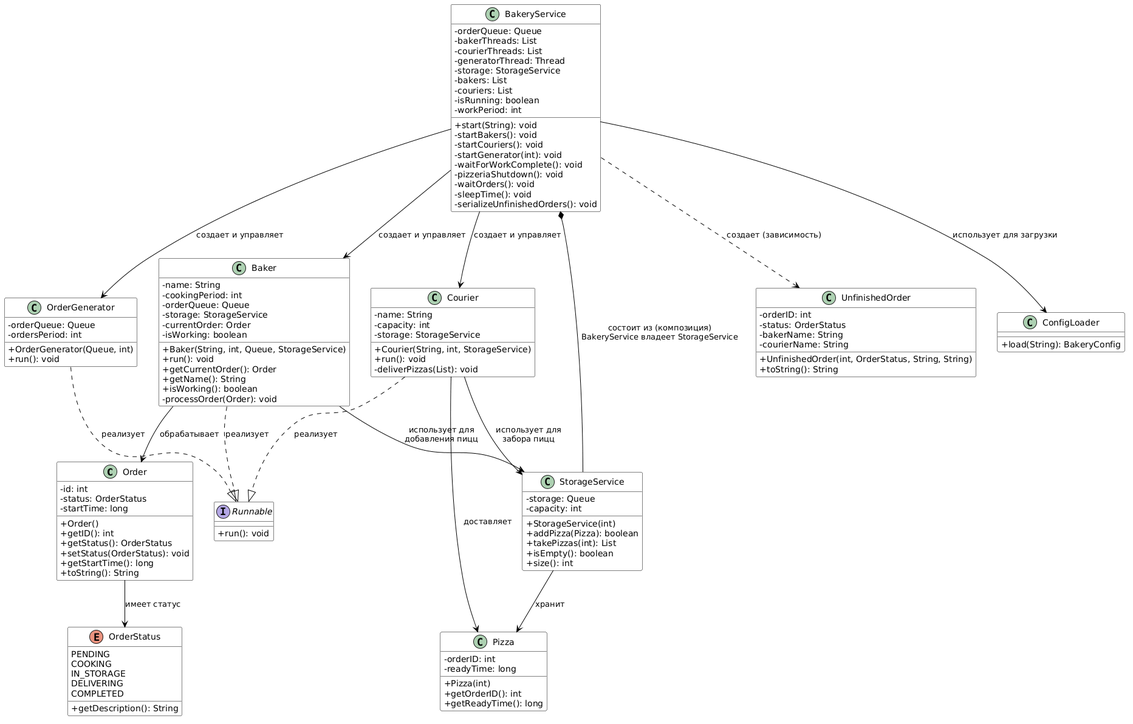
The PlantUML diagram Task_2_2_1/diag.png in alwenwhy/OOP, before a commit. The source it was exported from:
```plantuml
@startuml
skinparam classAttributeIconSize 0
skinparam class {
    BackgroundColor white
    BorderColor black
    ArrowColor black
}
skinparam interface {
    BackgroundColor white
    BorderColor black
}
skinparam enum {
    BackgroundColor white
    BorderColor black
}

class Order {
- id: int
- status: OrderStatus
- startTime: long
+ Order()
+ getID(): int
+ getStatus(): OrderStatus
+ setStatus(OrderStatus): void
+ getStartTime(): long
+ toString(): String
}

enum OrderStatus {
PENDING
COOKING
IN_STORAGE
DELIVERING
COMPLETED
+ getDescription(): String
}

class Pizza {
- orderID: int
- readyTime: long
+ Pizza(int)
+ getOrderID(): int
+ getReadyTime(): long
}

class UnfinishedOrder {
- orderID: int
- status: OrderStatus
- bakerName: String
- courierName: String
+ UnfinishedOrder(int, OrderStatus, String, String)
+ toString(): String
}

class BakeryService {
- orderQueue: Queue
- bakerThreads: List
- courierThreads: List
- generatorThread: Thread
- storage: StorageService
- bakers: List
- couriers: List
- isRunning: boolean
- workPeriod: int
+ start(String): void
- startBakers(): void
- startCouriers(): void
- startGenerator(int): void
- waitForWorkComplete(): void
- pizzeriaShutdown(): void
- waitOrders(): void
- sleepTime(): void
- serializeUnfinishedOrders(): void
}

class StorageService {
- storage: Queue
- capacity: int
+ StorageService(int)
+ addPizza(Pizza): boolean
+ takePizzas(int): List
+ isEmpty(): boolean
+ size(): int
}

class ConfigLoader {
+ load(String): BakeryConfig
}

class Baker {
- name: String
- cookingPeriod: int
- orderQueue: Queue
- storage: StorageService
- currentOrder: Order
- isWorking: boolean
+ Baker(String, int, Queue, StorageService)
+ run(): void
+ getCurrentOrder(): Order
+ getName(): String
+ isWorking(): boolean
- processOrder(Order): void
}

class Courier {
- name: String
- capacity: int
- storage: StorageService
+ Courier(String, int, StorageService)
+ run(): void
- deliverPizzas(List): void
}

class OrderGenerator {
- orderQueue: Queue
- ordersPeriod: int
+ OrderGenerator(Queue, int)
+ run(): void
}

interface Runnable {
+ run(): void
}


BakeryService *-- StorageService : "состоит из (композиция)\nBakeryService владеет StorageService"

BakeryService --> Baker : "создает и управляет"

BakeryService --> Courier : "создает и управляет"

BakeryService --> OrderGenerator : "создает и управляет"

BakeryService --> ConfigLoader : "использует для загрузки"

BakeryService ..> UnfinishedOrder : "создает (зависимость)"

Baker ..|> Runnable : "реализует"

Courier ..|> Runnable : "реализует"

OrderGenerator ..|> Runnable : "реализует"

Baker --> StorageService : "использует для\nдобавления пицц"

Baker --> Order : "обрабатывает"

Courier --> StorageService : "использует для\nзабора пицц"

Courier --> Pizza : "доставляет"

StorageService --> Pizza : "хранит"

Order --> OrderStatus : "имеет статус"
@enduml
```
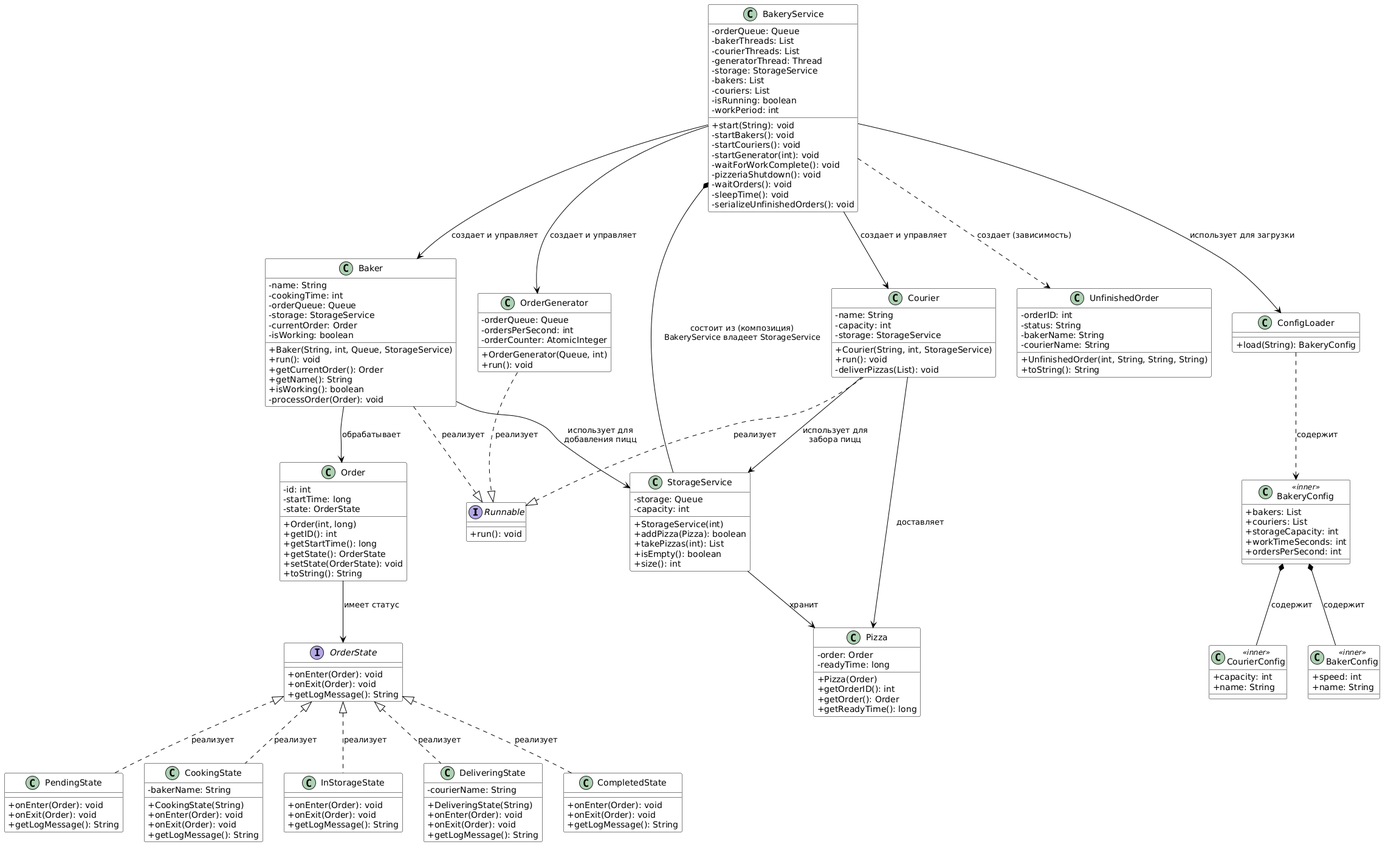
Above is the later version.

Diff of the diagram source:
```diff
@@ -9,50 +9,91 @@
     BackgroundColor white
     BorderColor black
 }
-skinparam enum {
-    BackgroundColor white
-    BorderColor black
+
+interface Runnable {
++ run(): void
+}
+
+interface OrderState {
++ onEnter(Order): void
++ onExit(Order): void
++ getLogMessage(): String
+}
+
+class PendingState {
++ onEnter(Order): void
++ onExit(Order): void
++ getLogMessage(): String
+}
+
+class CookingState {
++ CookingState(String)
++ onEnter(Order): void
++ onExit(Order): void
++ getLogMessage(): String
+- bakerName: String
+}
+
+class InStorageState {
++ onEnter(Order): void
++ onExit(Order): void
++ getLogMessage(): String
+}
+
+class DeliveringState {
++ DeliveringState(String)
++ onEnter(Order): void
++ onExit(Order): void
++ getLogMessage(): String
+- courierName: String
+}
+
+class CompletedState {
++ onEnter(Order): void
++ onExit(Order): void
++ getLogMessage(): String
 }
 
 class Order {
++ Order(int, long)
++ getID(): int
++ getStartTime(): long
++ getState(): OrderState
++ setState(OrderState): void
++ toString(): String
 - id: int
-- status: OrderStatus
 - startTime: long
-+ Order()
-+ getID(): int
-+ getStatus(): OrderStatus
-+ setStatus(OrderStatus): void
-+ getStartTime(): long
-+ toString(): String
-}
-
-enum OrderStatus {
-PENDING
-COOKING
-IN_STORAGE
-DELIVERING
-COMPLETED
-+ getDescription(): String
+- state: OrderState
 }
 
 class Pizza {
-- orderID: int
++ Pizza(Order)
++ getOrderID(): int
++ getOrder(): Order
++ getReadyTime(): long
+- order: Order
 - readyTime: long
-+ Pizza(int)
-+ getOrderID(): int
-+ getReadyTime(): long
 }
 
 class UnfinishedOrder {
++ UnfinishedOrder(int, String, String, String)
++ toString(): String
 - orderID: int
-- status: OrderStatus
+- status: String
 - bakerName: String
 - courierName: String
-+ UnfinishedOrder(int, OrderStatus, String, String)
-+ toString(): String
 }
 
 class BakeryService {
++ start(String): void
+- startBakers(): void
+- startCouriers(): void
+- startGenerator(int): void
+- waitForWorkComplete(): void
+- pizzeriaShutdown(): void
+- waitOrders(): void
+- sleepTime(): void
+- serializeUnfinishedOrders(): void
 - orderQueue: Queue
 - bakerThreads: List
 - courierThreads: List
@@ -62,25 +103,16 @@
 - couriers: List
 - isRunning: boolean
 - workPeriod: int
-+ start(String): void
-- startBakers(): void
-- startCouriers(): void
-- startGenerator(int): void
-- waitForWorkComplete(): void
-- pizzeriaShutdown(): void
-- waitOrders(): void
-- sleepTime(): void
-- serializeUnfinishedOrders(): void
 }
 
 class StorageService {
-- storage: Queue
-- capacity: int
 + StorageService(int)
 + addPizza(Pizza): boolean
 + takePizzas(int): List
 + isEmpty(): boolean
 + size(): int
+- storage: Queue
+- capacity: int
 }
 
 class ConfigLoader {
@@ -88,68 +120,86 @@
 }
 
 class Baker {
-- name: String
-- cookingPeriod: int
-- orderQueue: Queue
-- storage: StorageService
-- currentOrder: Order
-- isWorking: boolean
 + Baker(String, int, Queue, StorageService)
 + run(): void
 + getCurrentOrder(): Order
 + getName(): String
 + isWorking(): boolean
 - processOrder(Order): void
+- name: String
+- cookingTime: int
+- orderQueue: Queue
+- storage: StorageService
+- currentOrder: Order
+- isWorking: boolean
 }
 
 class Courier {
++ Courier(String, int, StorageService)
++ run(): void
+- deliverPizzas(List): void
 - name: String
 - capacity: int
 - storage: StorageService
-+ Courier(String, int, StorageService)
-+ run(): void
-- deliverPizzas(List): void
 }
 
 class OrderGenerator {
-- orderQueue: Queue
-- ordersPeriod: int
 + OrderGenerator(Queue, int)
 + run(): void
+- orderQueue: Queue
+- ordersPerSecond: int
+- orderCounter: AtomicInteger
 }
 
-interface Runnable {
-+ run(): void
+class BakeryConfig <<inner>> {
++ bakers: List
++ couriers: List
++ storageCapacity: int
++ workTimeSeconds: int
++ ordersPerSecond: int
 }
 
+class BakerConfig <<inner>> {
++ speed: int
++ name: String
+}
+
+class CourierConfig <<inner>> {
++ capacity: int
++ name: String
+}
+
+
+Baker ..|> Runnable : "реализует"
+Courier ..|> Runnable : "реализует"
+OrderGenerator ..|> Runnable : "реализует"
+
+OrderState <|.. PendingState : "реализует"
+OrderState <|.. CookingState : "реализует"
+OrderState <|.. InStorageState : "реализует"
+OrderState <|.. DeliveringState : "реализует"
+OrderState <|.. CompletedState : "реализует"
 
 BakeryService *-- StorageService : "состоит из (композиция)\nBakeryService владеет StorageService"
 
 BakeryService --> Baker : "создает и управляет"
-
 BakeryService --> Courier : "создает и управляет"
-
 BakeryService --> OrderGenerator : "создает и управляет"
-
 BakeryService --> ConfigLoader : "использует для загрузки"
 
 BakeryService ..> UnfinishedOrder : "создает (зависимость)"
 
-Baker ..|> Runnable : "реализует"
-
-Courier ..|> Runnable : "реализует"
-
-OrderGenerator ..|> Runnable : "реализует"
-
 Baker --> StorageService : "использует для\nдобавления пицц"
-
 Baker --> Order : "обрабатывает"
 
 Courier --> StorageService : "использует для\nзабора пицц"
-
 Courier --> Pizza : "доставляет"
 
 StorageService --> Pizza : "хранит"
 
-Order --> OrderStatus : "имеет статус"
+Order --> OrderState : "имеет статус"
+
+ConfigLoader ..> BakeryConfig : "содержит"
+BakeryConfig *-- BakerConfig : "содержит"
+BakeryConfig *-- CourierConfig : "содержит"
 @enduml
```
